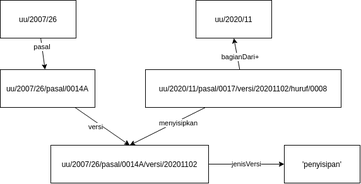
Earlier version of the draw.io export paper/pictures/insert.png (aabccd021/legal-kg). Source tidied: cells renumbered, new cells last; positions are measured from the earlier drawing's top-left corner, leaving out a move shared by most shapes.
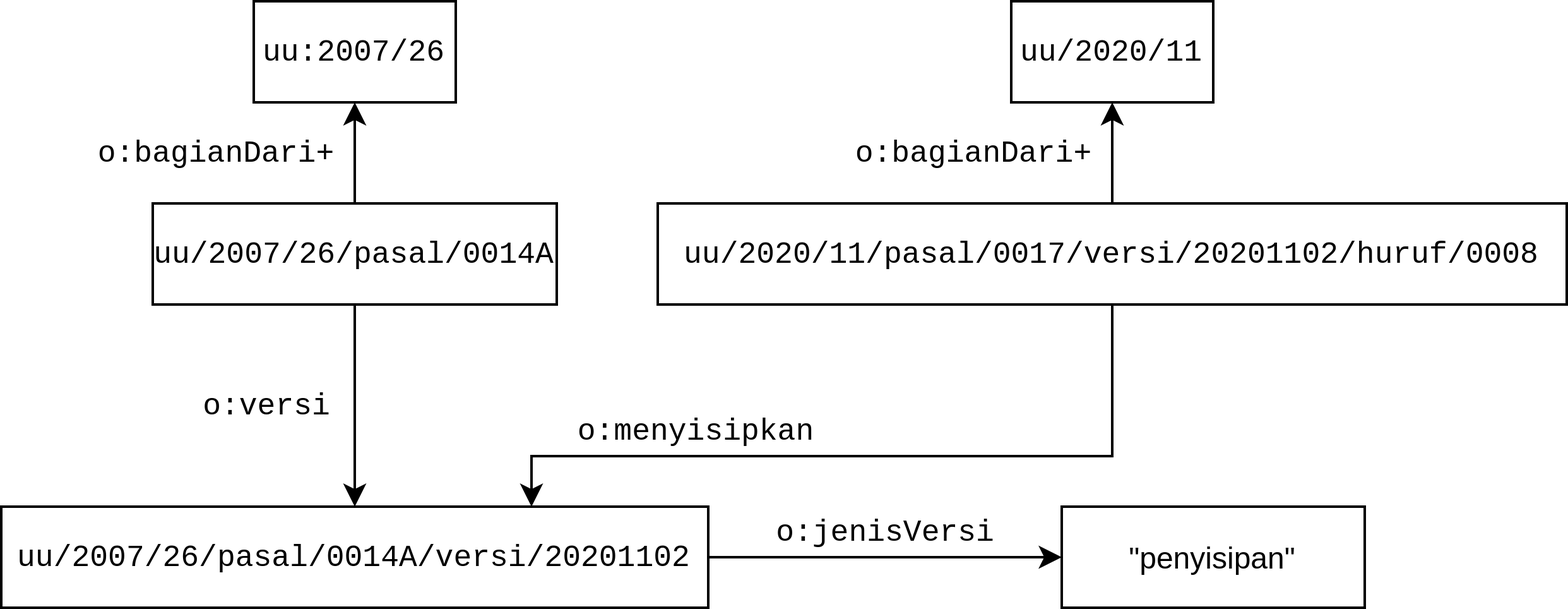
The same file after the commit.

Change to the diagram source:
```diff
@@ -2,59 +2,58 @@
   <root>
     <mxCell id="0" />
     <mxCell id="1" parent="0" />
-    <mxCell id="2" style="rounded=0;jettySize=auto;html=1;" parent="1" edge="1" source="4" target="7">
-      <mxGeometry relative="1" as="geometry" />
-    </mxCell>
-    <mxCell id="3" value="pasal" style="edgeLabel;html=1;align=center;verticalAlign=middle;" parent="2" vertex="1">
-      <mxGeometry x="-0.47" relative="1" as="geometry" />
-    </mxCell>
-    <mxCell id="4" value="uu/2007/26" style="whiteSpace=wrap;html=1;" parent="1" vertex="1">
-      <mxGeometry width="120" height="60" as="geometry" />
+    <mxCell id="4" value="&lt;font face=&quot;Courier New&quot;&gt;uu:2007/26&lt;/font&gt;" style="whiteSpace=wrap;html=1;" parent="1" vertex="1">
+      <mxGeometry x="40" y="40" width="80" height="40" as="geometry" />
     </mxCell>
     <mxCell id="5" style="edgeStyle=none;rounded=0;jettySize=auto;html=1;entryX=0.5;entryY=0;entryDx=0;entryDy=0;" parent="1" edge="1" source="7" target="10">
       <mxGeometry relative="1" as="geometry" />
     </mxCell>
-    <mxCell id="6" value="versi" style="edgeLabel;html=1;align=center;verticalAlign=middle;" parent="5" vertex="1">
-      <mxGeometry x="-0.53" y="-2" relative="1" as="geometry">
-        <mxPoint x="12.4" y="15.2" as="offset" />
-      </mxGeometry>
-    </mxCell>
+    <mxCell id="18" style="edgeStyle=orthogonalEdgeStyle;rounded=0;jettySize=auto;html=1;" parent="1" edge="1" source="7" target="4">
+      <mxGeometry relative="1" as="geometry" />
+    </mxCell>
-    <mxCell id="7" value="uu/2007/26/pasal/0014A" style="whiteSpace=wrap;html=1;" parent="1" vertex="1">
-      <mxGeometry y="110" width="150" height="60" as="geometry" />
+    <mxCell id="7" value="&lt;font face=&quot;Courier New&quot;&gt;uu/2007/26/pasal/0014A&lt;/font&gt;" style="whiteSpace=wrap;html=1;" parent="1" vertex="1">
+      <mxGeometry y="120" width="160" height="40" as="geometry" />
     </mxCell>
     <mxCell id="8" style="edgeStyle=none;rounded=0;jettySize=auto;html=1;entryX=0;entryY=0.5;entryDx=0;entryDy=0;" parent="1" edge="1" source="10" target="17">
       <mxGeometry relative="1" as="geometry" />
     </mxCell>
-    <mxCell id="9" value="jenisVersi" style="edgeLabel;html=1;align=center;verticalAlign=middle;" parent="8" vertex="1">
-      <mxGeometry x="0.26" y="1" relative="1" as="geometry">
-        <mxPoint x="-15.8" y="1" as="offset" />
-      </mxGeometry>
-    </mxCell>
-    <mxCell id="10" value="uu/2007/26/pasal/0014A/versi/20201102" style="whiteSpace=wrap;html=1;" parent="1" vertex="1">
-      <mxGeometry x="80" y="230" width="250" height="60" as="geometry" />
+    <mxCell id="10" value="&lt;font face=&quot;Courier New&quot;&gt;uu/2007/26/pasal/0014A/versi/20201102&lt;/font&gt;" style="whiteSpace=wrap;html=1;" parent="1" vertex="1">
+      <mxGeometry x="-60" y="240" width="280" height="40" as="geometry" />
     </mxCell>
     <mxCell id="11" style="edgeStyle=none;rounded=0;jettySize=auto;html=1;entryX=0.5;entryY=1;entryDx=0;entryDy=0;" parent="1" edge="1" source="15" target="16">
       <mxGeometry relative="1" as="geometry" />
     </mxCell>
-    <mxCell id="12" value="bagianDari+" style="edgeLabel;html=1;align=center;verticalAlign=middle;" parent="11" vertex="1">
-      <mxGeometry x="0.32" y="-3" relative="1" as="geometry">
-        <mxPoint x="3.8" y="13.3" as="offset" />
-      </mxGeometry>
-    </mxCell>
-    <mxCell id="13" style="edgeStyle=none;rounded=0;jettySize=auto;html=1;entryX=0.5;entryY=0;entryDx=0;entryDy=0;" parent="1" edge="1" source="15" target="10">
-      <mxGeometry relative="1" as="geometry" />
+    <mxCell id="13" style="edgeStyle=orthogonalEdgeStyle;rounded=0;jettySize=auto;html=1;entryX=0.75;entryY=0;entryDx=0;entryDy=0;" parent="1" edge="1" source="15" target="10">
+      <mxGeometry relative="1" as="geometry">
+        <Array as="points">
+          <mxPoint x="380" y="220" />
+          <mxPoint x="150" y="220" />
+        </Array>
+      </mxGeometry>
     </mxCell>
-    <mxCell id="14" value="menyisipkan" style="edgeLabel;html=1;align=center;verticalAlign=middle;" parent="13" vertex="1">
-      <mxGeometry x="-0.26" y="2" relative="1" as="geometry" />
-    </mxCell>
-    <mxCell id="15" value="uu/2020/11/pasal/0017/versi/20201102/huruf/0008" style="whiteSpace=wrap;html=1;" parent="1" vertex="1">
-      <mxGeometry x="230" y="110" width="310" height="60" as="geometry" />
+    <mxCell id="15" value="&lt;font face=&quot;Courier New&quot;&gt;uu/2020/11/pasal/0017/versi/20201102/huruf/0008&lt;/font&gt;" style="whiteSpace=wrap;html=1;" parent="1" vertex="1">
+      <mxGeometry x="200" y="120" width="360" height="40" as="geometry" />
     </mxCell>
-    <mxCell id="16" value="uu/2020/11" style="whiteSpace=wrap;html=1;" parent="1" vertex="1">
-      <mxGeometry x="310" width="120" height="60" as="geometry" />
+    <mxCell id="16" value="&lt;font face=&quot;Courier New&quot;&gt;uu/2020/11&lt;/font&gt;" style="whiteSpace=wrap;html=1;" parent="1" vertex="1">
+      <mxGeometry x="340" y="40" width="80" height="40" as="geometry" />
     </mxCell>
-    <mxCell id="17" value="'penyisipan'" style="whiteSpace=wrap;html=1;" parent="1" vertex="1">
-      <mxGeometry x="450" y="230" width="120" height="60" as="geometry" />
+    <mxCell id="17" value="&quot;penyisipan&quot;" style="whiteSpace=wrap;html=1;" parent="1" vertex="1">
+      <mxGeometry x="360" y="240" width="120" height="40" as="geometry" />
     </mxCell>
+    <mxCell id="19" value="&lt;font face=&quot;Courier New&quot;&gt;o:jenisVersi&lt;/font&gt;" style="text;html=1;align=center;verticalAlign=middle;strokeColor=none;" parent="1" vertex="1">
+      <mxGeometry x="240" y="240" width="100" height="20" as="geometry" />
+    </mxCell>
+    <mxCell id="20" value="&lt;font face=&quot;Courier New&quot;&gt;o:versi&lt;/font&gt;" style="text;html=1;align=center;verticalAlign=middle;strokeColor=none;" parent="1" vertex="1">
+      <mxGeometry x="10" y="190" width="70" height="20" as="geometry" />
+    </mxCell>
+    <mxCell id="21" value="&lt;font face=&quot;Courier New&quot;&gt;o:bagianDari+&lt;/font&gt;" style="text;html=1;align=center;verticalAlign=middle;strokeColor=none;" parent="1" vertex="1">
+      <mxGeometry x="270" y="90" width="110" height="20" as="geometry" />
+    </mxCell>
+    <mxCell id="22" value="&lt;font face=&quot;Courier New&quot;&gt;o:menyisipkan&lt;/font&gt;" style="text;html=1;align=center;verticalAlign=middle;strokeColor=none;" parent="1" vertex="1">
+      <mxGeometry x="160" y="200" width="110" height="20" as="geometry" />
+    </mxCell>
+    <mxCell id="23" value="&lt;font face=&quot;Courier New&quot;&gt;o:bagianDari+&lt;/font&gt;" style="text;html=1;align=center;verticalAlign=middle;strokeColor=none;" parent="1" vertex="1">
+      <mxGeometry x="-30" y="90" width="110" height="20" as="geometry" />
+    </mxCell>
   </root>
 </mxGraphModel>
```
